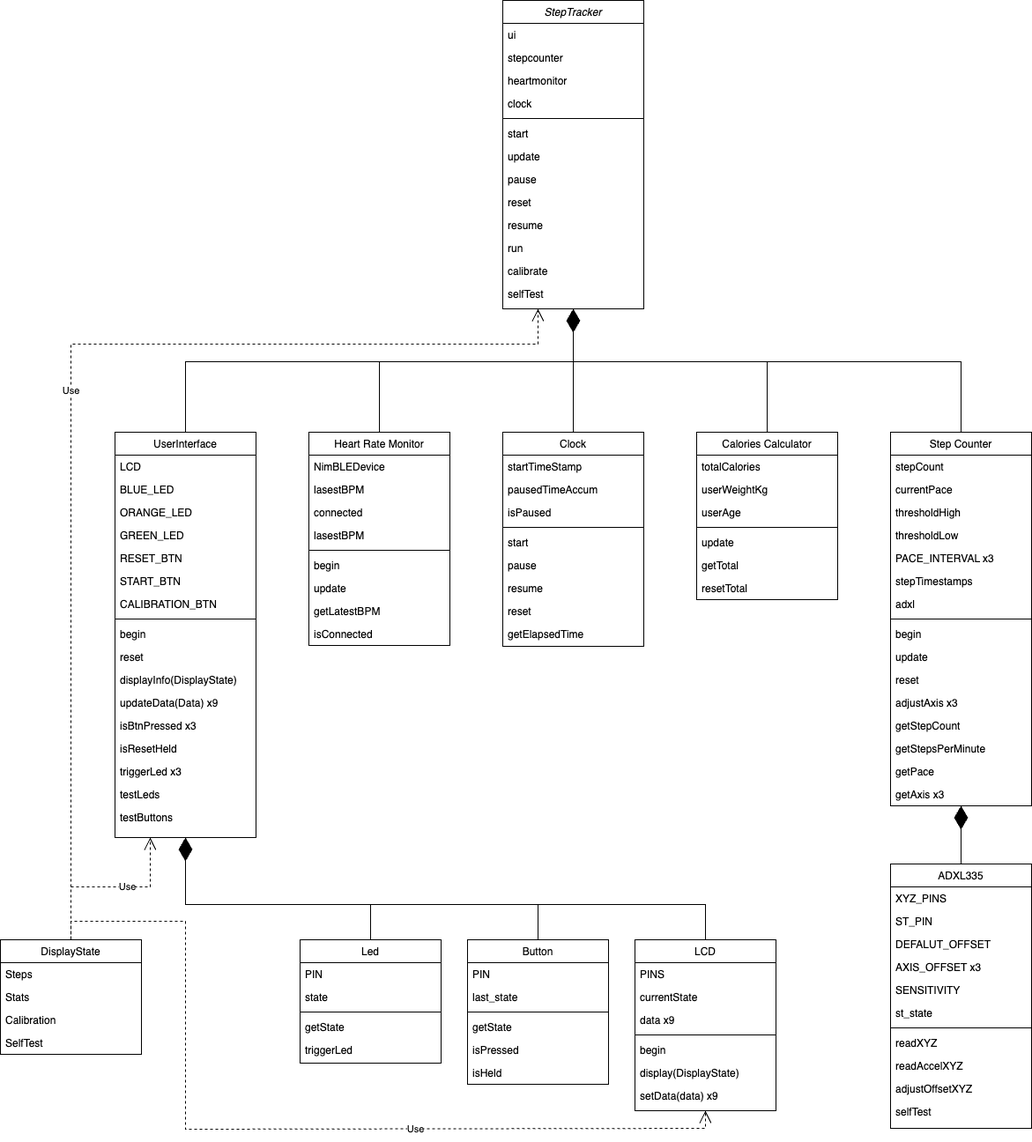
Earlier version of the draw.io export Diagrams/Class Diagram.png (LazarevMike/GarMen_StepTracker). Source tidied: cells renumbered, new cells last; positions are measured from the earlier drawing's top-left corner, leaving out a move shared by most shapes.
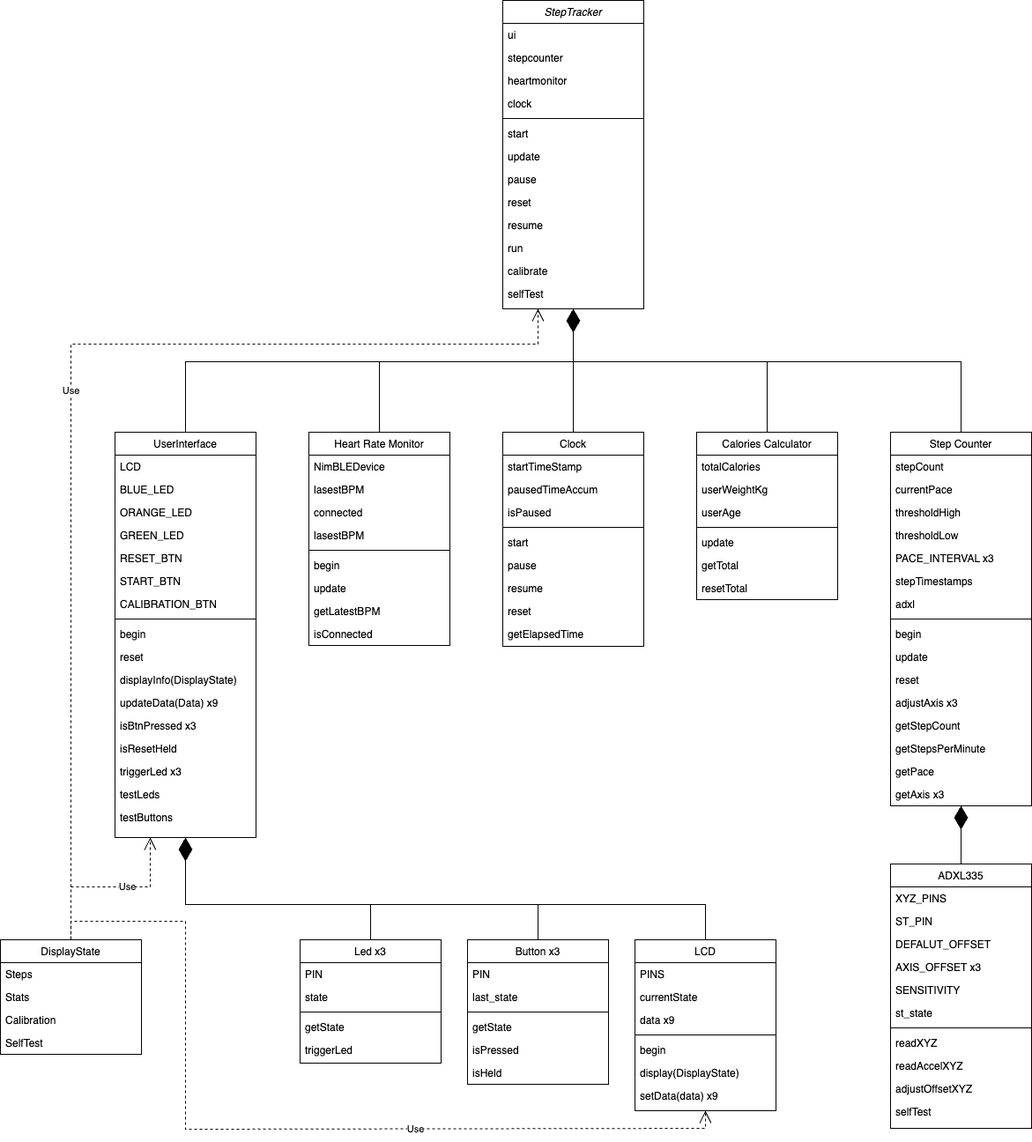
The same diagram one commit later.

Commit message:
Added flowchart, created the flowrchart outlining main architecture

The edit, as a diff of the source:
```diff
@@ -106,7 +106,7 @@
         </Array>
       </mxGeometry>
     </mxCell>
-    <mxCell id="35" value="Button" style="swimlane;fontStyle=0;align=center;verticalAlign=top;horizontal=1;startSize=26;rounded=0;shadow=0;strokeWidth=1;" parent="1" vertex="1">
+    <mxCell id="35" value="Button x3" style="swimlane;fontStyle=0;align=center;verticalAlign=top;horizontal=1;startSize=26;rounded=0;shadow=0;strokeWidth=1;" parent="1" vertex="1">
       <mxGeometry x="530" y="1066.1" width="160" height="164" as="geometry" />
     </mxCell>
     <mxCell id="36" value="PIN" style="text;align=left;verticalAlign=top;spacingLeft=4;spacingRight=4;overflow=hidden;" parent="35" vertex="1">
@@ -127,7 +127,7 @@
     <mxCell id="41" value="isHeld" style="text;align=left;verticalAlign=top;spacingLeft=4;spacingRight=4;overflow=hidden;fontStyle=0;" parent="35" vertex="1">
       <mxGeometry y="138" width="160" height="26" as="geometry" />
     </mxCell>
-    <mxCell id="42" value="Led" style="swimlane;fontStyle=0;align=center;verticalAlign=top;horizontal=1;startSize=26;rounded=0;shadow=0;strokeWidth=1;" parent="1" vertex="1">
+    <mxCell id="42" value="Led x3" style="swimlane;fontStyle=0;align=center;verticalAlign=top;horizontal=1;startSize=26;rounded=0;shadow=0;strokeWidth=1;" parent="1" vertex="1">
       <mxGeometry x="340" y="1066.1" width="160" height="140" as="geometry" />
     </mxCell>
     <mxCell id="43" value="PIN" style="text;align=left;verticalAlign=top;spacingLeft=4;spacingRight=4;overflow=hidden;" parent="42" vertex="1">
```
